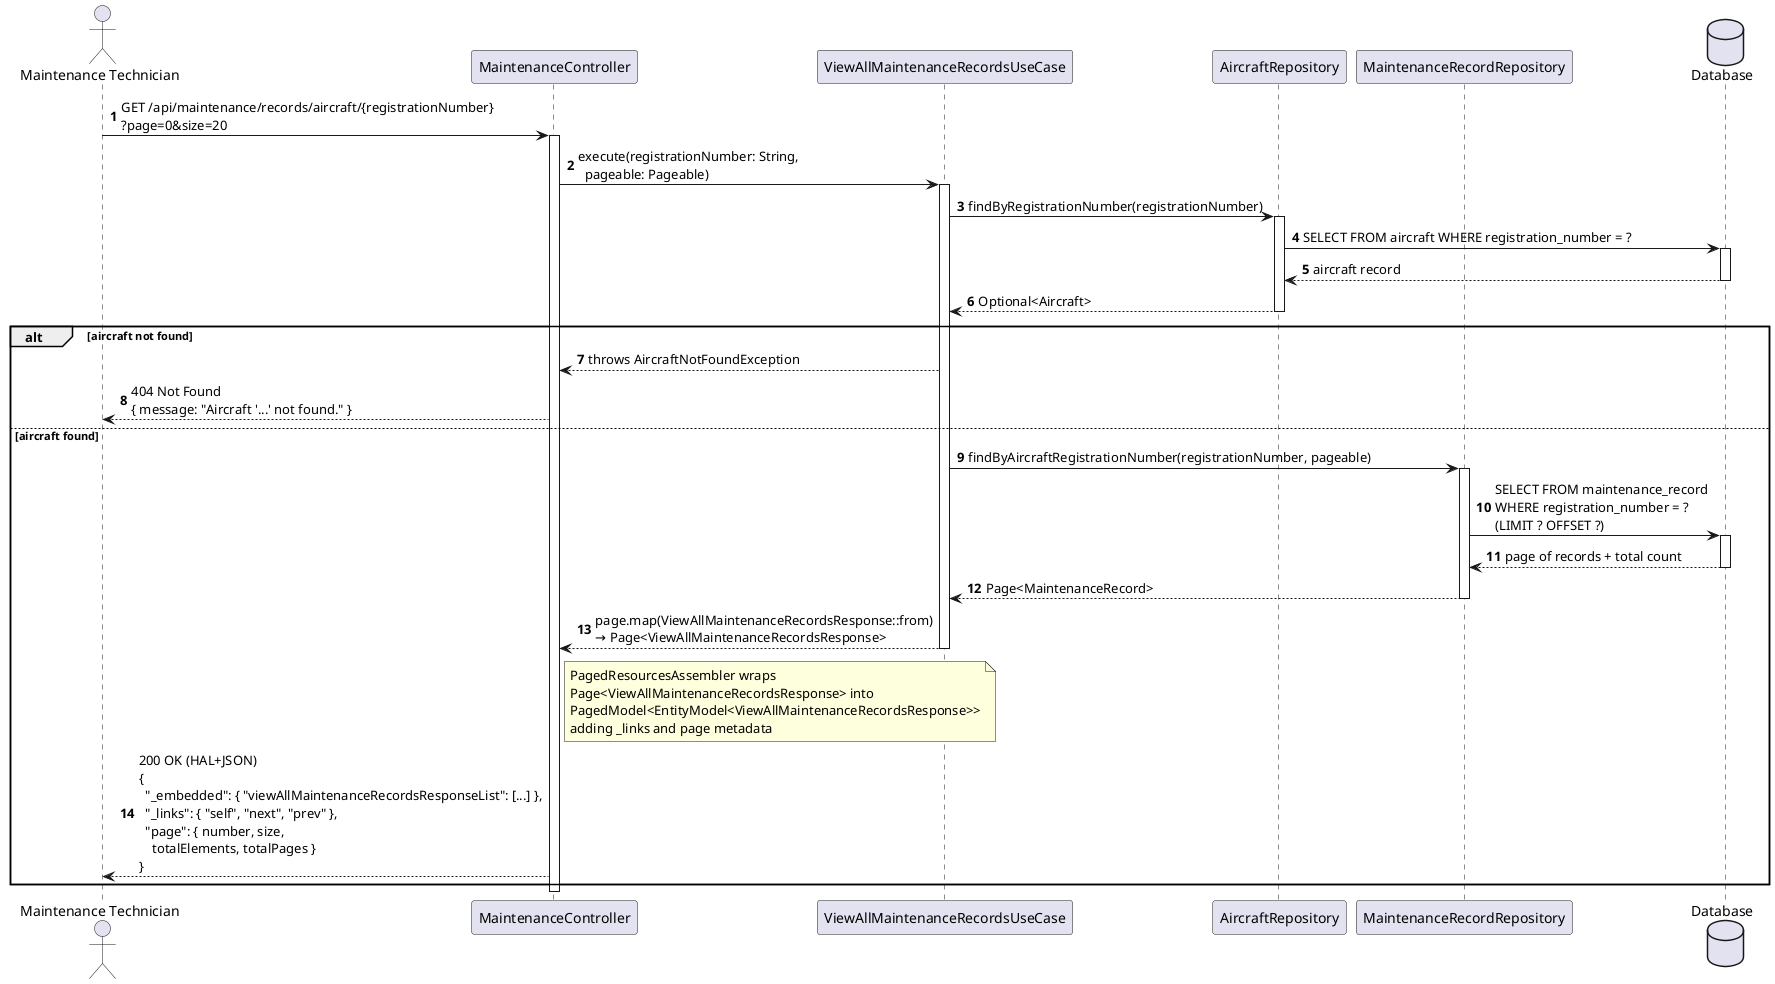
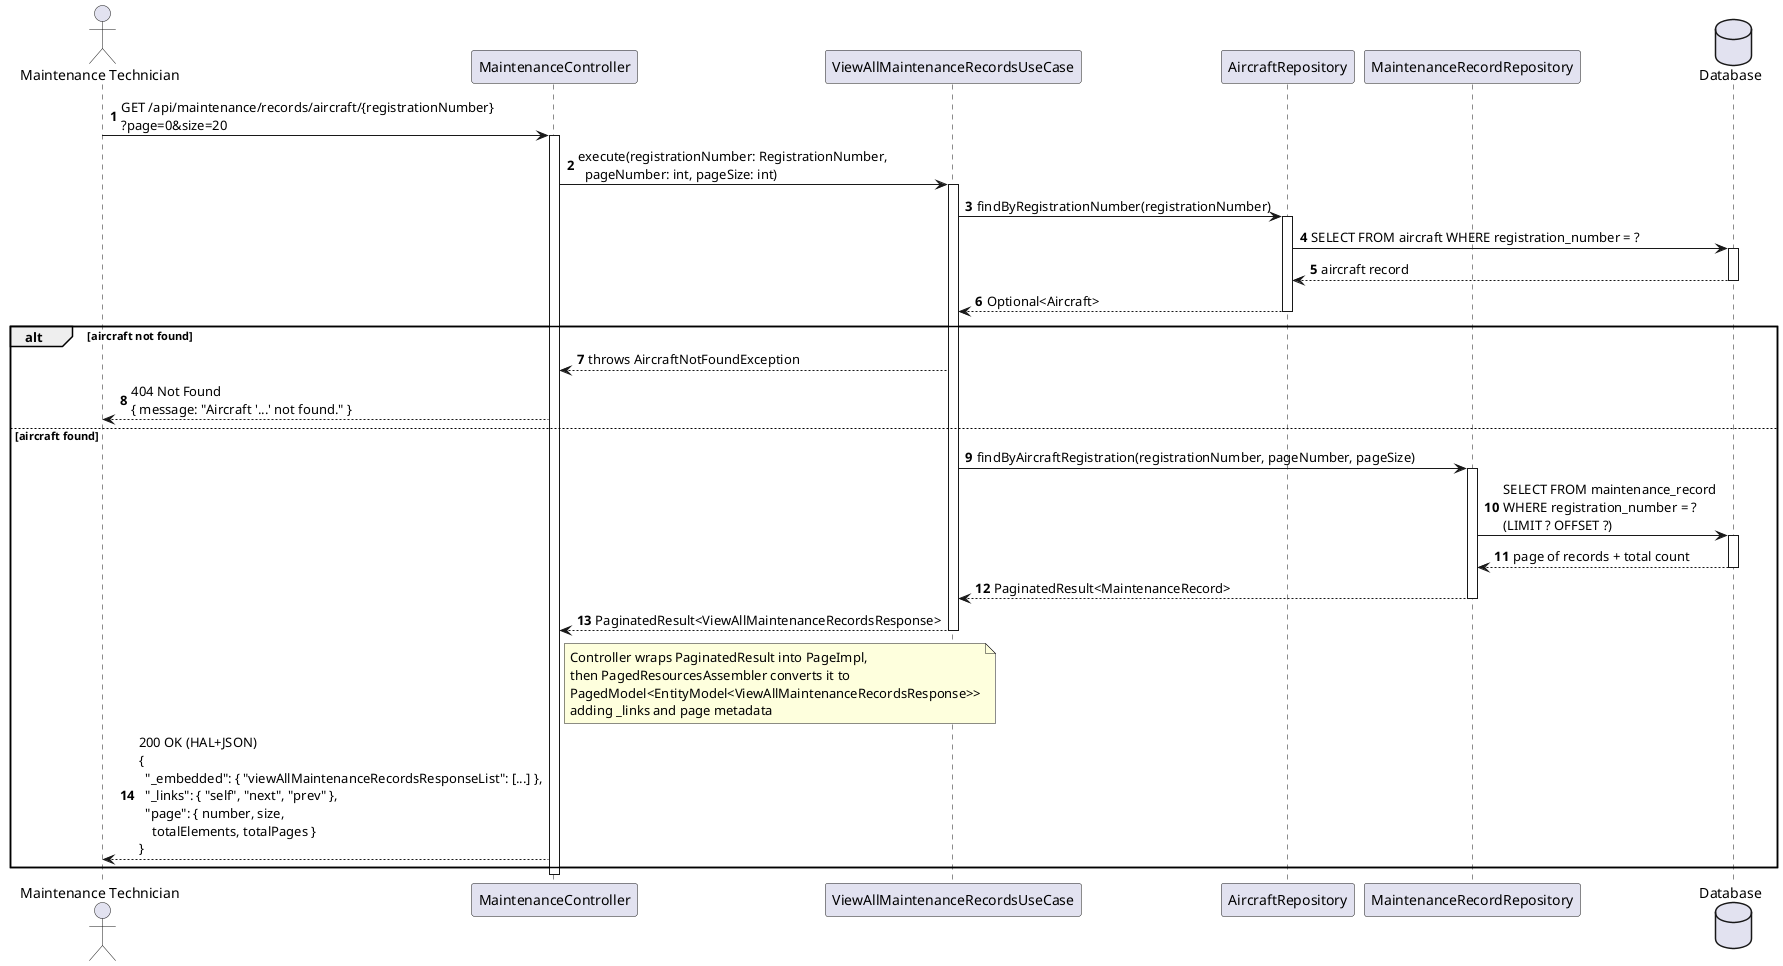
@startuml
autonumber
actor "Maintenance Technician" as MT
participant "MaintenanceController" as Ctrl
participant "ViewAllMaintenanceRecordsUseCase" as UC
participant "AircraftRepository" as AircraftRepo
participant "MaintenanceRecordRepository" as Repo
database "Database" as DB

MT -> Ctrl : GET /api/maintenance/records/aircraft/{registrationNumber}\n?page=0&size=20
activate Ctrl

- Ctrl -> UC : execute(registrationNumber: String,\n  pageable: Pageable)
+ Ctrl -> UC : execute(registrationNumber: RegistrationNumber,\n  pageNumber: int, pageSize: int)
activate UC

UC -> AircraftRepo : findByRegistrationNumber(registrationNumber)
activate AircraftRepo
AircraftRepo -> DB : SELECT FROM aircraft WHERE registration_number = ?
activate DB
DB --> AircraftRepo : aircraft record
deactivate DB
AircraftRepo --> UC : Optional<Aircraft>
deactivate AircraftRepo

alt aircraft not found
  UC --> Ctrl : throws AircraftNotFoundException
  Ctrl --> MT : 404 Not Found\n{ message: "Aircraft '...' not found." }
else aircraft found
-   UC -> Repo : findByAircraftRegistrationNumber(registrationNumber, pageable)
+   UC -> Repo : findByAircraftRegistration(registrationNumber, pageNumber, pageSize)
  activate Repo
  Repo -> DB : SELECT FROM maintenance_record\nWHERE registration_number = ?\n(LIMIT ? OFFSET ?)
  activate DB
  DB --> Repo : page of records + total count
  deactivate DB
-   Repo --> UC : Page<MaintenanceRecord>
+   Repo --> UC : PaginatedResult<MaintenanceRecord>
  deactivate Repo

-   UC --> Ctrl : page.map(ViewAllMaintenanceRecordsResponse::from)\n→ Page<ViewAllMaintenanceRecordsResponse>
+   UC --> Ctrl : PaginatedResult<ViewAllMaintenanceRecordsResponse>
  deactivate UC

  note right of Ctrl
-     PagedResourcesAssembler wraps
-     Page<ViewAllMaintenanceRecordsResponse> into
+     Controller wraps PaginatedResult into PageImpl,
+     then PagedResourcesAssembler converts it to
    PagedModel<EntityModel<ViewAllMaintenanceRecordsResponse>>
    adding _links and page metadata
  end note

  Ctrl --> MT : 200 OK (HAL+JSON)\n{\n  "_embedded": { "viewAllMaintenanceRecordsResponseList": [...] },\n  "_links": { "self", "next", "prev" },\n  "page": { number, size,\n    totalElements, totalPages }\n}
end

deactivate Ctrl
@enduml
